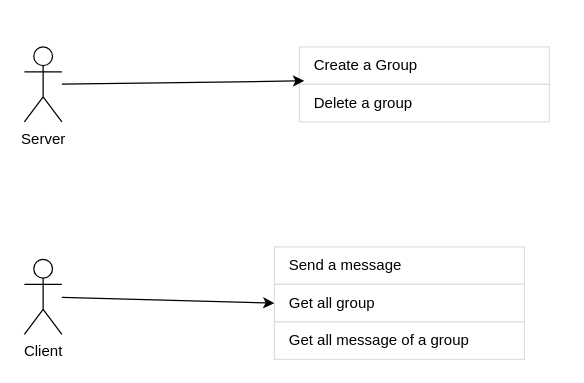
Before: page "Features" (2 of 4) of ChatApplication.drawio in secretdeveloperisme/QtChatApp, a draw.io diagram. Source tidied: cells renumbered, new cells numbered last; positions are measured from the earlier drawing's top-left corner, leaving out a move shared by most shapes. Both pictures are drawn from the tidied source at 125%, with x=0, y=0 at pixel (24, 46).
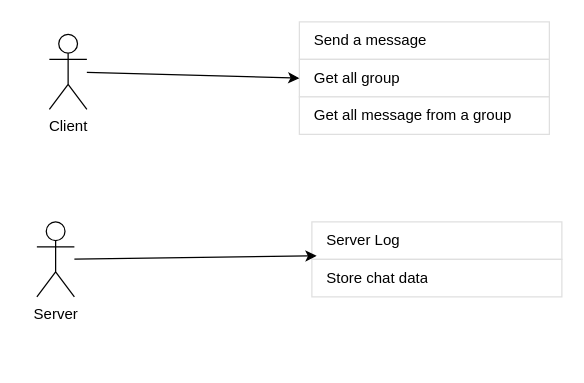
Above is the later version.

What changed in the source:
```diff
@@
 <mxGraphModel>
   <root>
     <mxCell id="0" />
     <mxCell id="1" parent="0" />
     <mxCell id="2" style="swimlane;fontStyle=0;horizontal=1;startSize=0;whiteSpace=wrap;html=1;strokeColor=none;fillColor=none;" parent="1" vertex="1">
-      <mxGeometry x="220" width="200" height="60" as="geometry" />
+      <mxGeometry x="230" y="140" width="200" height="60" as="geometry" />
     </mxCell>
-    <mxCell id="3" value="Create a Group" style="text;strokeColor=#DFDFDF;fillColor=#FFFFFF;align=left;verticalAlign=middle;spacingLeft=10;spacingRight=10;overflow=hidden;whiteSpace=wrap;html=1;rSize=5;fontColor=#000000;" parent="2" vertex="1">
+    <mxCell id="3" value="Server Log" style="text;strokeColor=#DFDFDF;fillColor=#FFFFFF;align=left;verticalAlign=middle;spacingLeft=10;spacingRight=10;overflow=hidden;whiteSpace=wrap;html=1;rSize=5;fontColor=#000000;" parent="2" vertex="1">
       <mxGeometry width="200" height="30" as="geometry" />
     </mxCell>
-    <mxCell id="4" value="Delete a group" style="text;strokeColor=#DFDFDF;fillColor=#FFFFFF;align=left;verticalAlign=middle;spacingLeft=10;spacingRight=10;overflow=hidden;points=[[0,0.5],[1,0.5]];portConstraint=eastwest;whiteSpace=wrap;html=1;rSize=5;fontColor=#000000;" parent="2" vertex="1">
+    <mxCell id="4" value="Store chat data" style="text;strokeColor=#DFDFDF;fillColor=#FFFFFF;align=left;verticalAlign=middle;spacingLeft=10;spacingRight=10;overflow=hidden;points=[[0,0.5],[1,0.5]];portConstraint=eastwest;whiteSpace=wrap;html=1;rSize=5;fontColor=#000000;" parent="2" vertex="1">
       <mxGeometry y="30" width="200" height="30" as="geometry" />
     </mxCell>
     <mxCell id="5" value="Server" style="shape=umlActor;verticalLabelPosition=bottom;verticalAlign=top;html=1;outlineConnect=0;" parent="1" vertex="1">
-      <mxGeometry width="30" height="60" as="geometry" />
+      <mxGeometry x="10" y="140" width="30" height="60" as="geometry" />
     </mxCell>
     <mxCell id="6" style="swimlane;fontStyle=0;horizontal=1;startSize=0;whiteSpace=wrap;html=1;strokeColor=none;fillColor=none;" parent="1" vertex="1">
-      <mxGeometry x="200" y="160" width="200" height="90" as="geometry" />
+      <mxGeometry x="220" y="-20" width="200" height="90" as="geometry" />
     </mxCell>
     <mxCell id="7" value="Send a message" style="text;strokeColor=#DFDFDF;fillColor=#FFFFFF;align=left;verticalAlign=middle;spacingLeft=10;spacingRight=10;overflow=hidden;whiteSpace=wrap;html=1;rSize=5;fontColor=#000000;" parent="6" vertex="1">
       <mxGeometry width="200" height="30" as="geometry" />
     </mxCell>
     <mxCell id="8" value="Get all group" style="text;strokeColor=#DFDFDF;fillColor=#FFFFFF;align=left;verticalAlign=middle;spacingLeft=10;spacingRight=10;overflow=hidden;points=[[0,0.5],[1,0.5]];portConstraint=eastwest;whiteSpace=wrap;html=1;rSize=5;fontColor=#000000;" parent="6" vertex="1">
       <mxGeometry y="30" width="200" height="30" as="geometry" />
     </mxCell>
-    <mxCell id="9" value="Get all message of a group" style="text;strokeColor=#DFDFDF;fillColor=#FFFFFF;align=left;verticalAlign=middle;spacingLeft=10;spacingRight=10;overflow=hidden;whiteSpace=wrap;html=1;rSize=5;fontColor=#000000;" parent="6" vertex="1">
+    <mxCell id="9" value="Get all message from a group" style="text;strokeColor=#DFDFDF;fillColor=#FFFFFF;align=left;verticalAlign=middle;spacingLeft=10;spacingRight=10;overflow=hidden;whiteSpace=wrap;html=1;rSize=5;fontColor=#000000;" parent="6" vertex="1">
       <mxGeometry y="60" width="200" height="30" as="geometry" />
     </mxCell>
     <mxCell id="10" style="endArrow=classic;html=1;rounded=0;entryX=0.019;entryY=-0.094;entryDx=0;entryDy=0;entryPerimeter=0;" parent="1" edge="1" source="5" target="4">
       <mxGeometry relative="1" as="geometry" />
     </mxCell>
     <mxCell id="11" value="Client" style="shape=umlActor;verticalLabelPosition=bottom;verticalAlign=top;html=1;outlineConnect=0;" parent="1" vertex="1">
-      <mxGeometry y="170" width="30" height="60" as="geometry" />
+      <mxGeometry x="20" y="-10" width="30" height="60" as="geometry" />
     </mxCell>
     <mxCell id="12" style="endArrow=classic;html=1;rounded=0;entryX=0;entryY=0.5;entryDx=0;entryDy=0;" parent="1" edge="1" source="11" target="8">
       <mxGeometry relative="1" as="geometry" />
     </mxCell>
   </root>
 </mxGraphModel>
```
